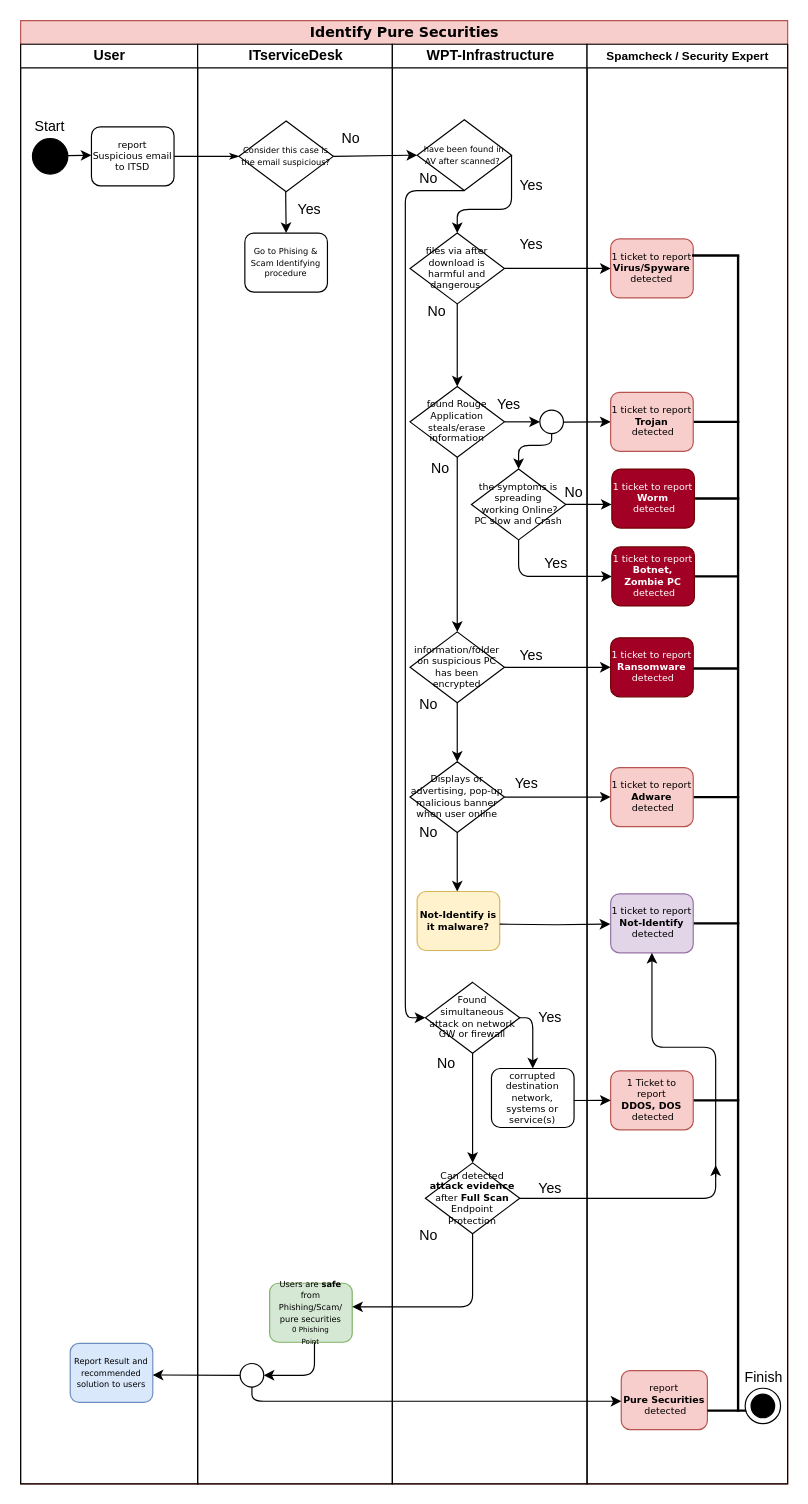
psukasame/sukasamecloud keeps this draw.io diagram as Untitled Diagram.drawio. Above is the earlier version. Source tidied: cells renumbered, new cells numbered last; positions are measured from the earlier drawing's top-left corner, leaving out a move shared by most shapes. Both pictures are drawn from the tidied source at 118%, with x=0, y=0 at pixel (20, 20).
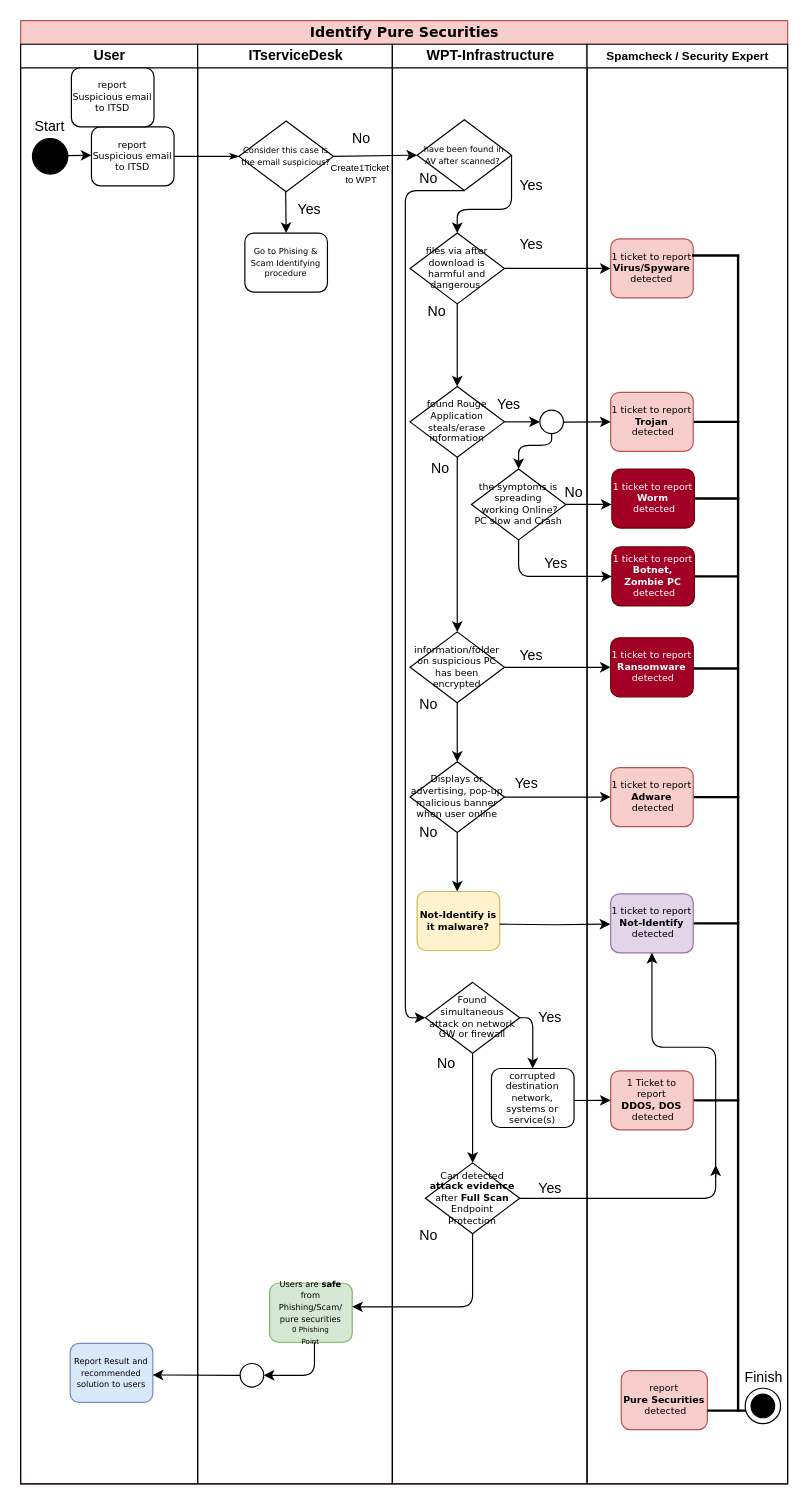
Above is the later version.

Unchanged cells that the change refers to:
```xml
<mxCell id="2" value="&lt;font style=&quot;font-size: 12px&quot;&gt;Identify Pure Securities&lt;/font&gt;" style="swimlane;html=1;startSize=20;rounded=0;shadow=0;labelBackgroundColor=none;strokeWidth=1;fontFamily=Verdana;fontSize=8;align=center;fillColor=#f8cecc;strokeColor=#b85450;" parent="1" vertex="1">
  <mxGeometry width="650" height="1240" as="geometry" />
</mxCell>
<mxCell id="10" value="ITserviceDesk" style="swimlane;html=1;startSize=20;" parent="2" vertex="1">
  <mxGeometry x="150" y="20" width="165" height="1220" as="geometry" />
</mxCell>
<mxCell id="16" style="ellipse;whiteSpace=wrap;html=1;fillColor=#FFFFFF;" parent="10" vertex="1">
  <mxGeometry x="36" y="1118" width="20" height="20" as="geometry" />
</mxCell>
<mxCell id="82" value="report&lt;br&gt;&lt;b&gt;Pure Securities&lt;br&gt;&lt;/b&gt;&amp;nbsp;detected" style="rounded=1;whiteSpace=wrap;html=1;shadow=0;labelBackgroundColor=none;strokeWidth=1;fontFamily=Verdana;fontSize=8;align=center;fillColor=#f8cecc;strokeColor=#b85450;" parent="65" vertex="1">
  <mxGeometry x="29" y="1124" width="73" height="50" as="geometry" />
</mxCell>
```

The edit, as a diff of the source:
```diff
@@
     <mxCell id="15" value="No" style="text;html=1;strokeColor=none;fillColor=none;align=center;verticalAlign=middle;whiteSpace=wrap;rounded=0;" parent="10" vertex="1">
-      <mxGeometry x="110" y="70" width="40" height="20" as="geometry" />
+      <mxGeometry x="119" y="70" width="40" height="20" as="geometry" />
     </mxCell>
@@
+    <mxCell id="95" value="Create1Ticket&amp;nbsp;&lt;br style=&quot;font-size: 8px;&quot;&gt;to WPT" style="text;html=1;strokeColor=none;fillColor=none;align=center;verticalAlign=middle;whiteSpace=wrap;rounded=0;fontSize=8;" parent="10" vertex="1">
+      <mxGeometry x="119" y="100" width="40" height="20" as="geometry" />
+    </mxCell>
@@
-    <mxCell id="90" style="edgeStyle=segmentEdgeStyle;endArrow=classic;html=1;exitX=0.5;exitY=1;exitDx=0;exitDy=0;entryX=0.001;entryY=0.52;entryDx=0;entryDy=0;entryPerimeter=0;" parent="2" edge="1" source="16" target="82">
-      <mxGeometry relative="1" as="geometry">
-        <Array as="points">
-          <mxPoint x="196" y="1170" />
-          <mxPoint x="509" y="1170" />
-        </Array>
-      </mxGeometry>
-    </mxCell>
@@
+    <mxCell id="96" value="report&lt;br&gt;Suspicious email&lt;br&gt;to ITSD" style="rounded=1;whiteSpace=wrap;html=1;shadow=0;labelBackgroundColor=none;strokeWidth=1;fontFamily=Verdana;fontSize=8;align=center;" parent="1" vertex="1">
+      <mxGeometry x="43" y="40" width="70" height="50" as="geometry" />
+    </mxCell>
```
